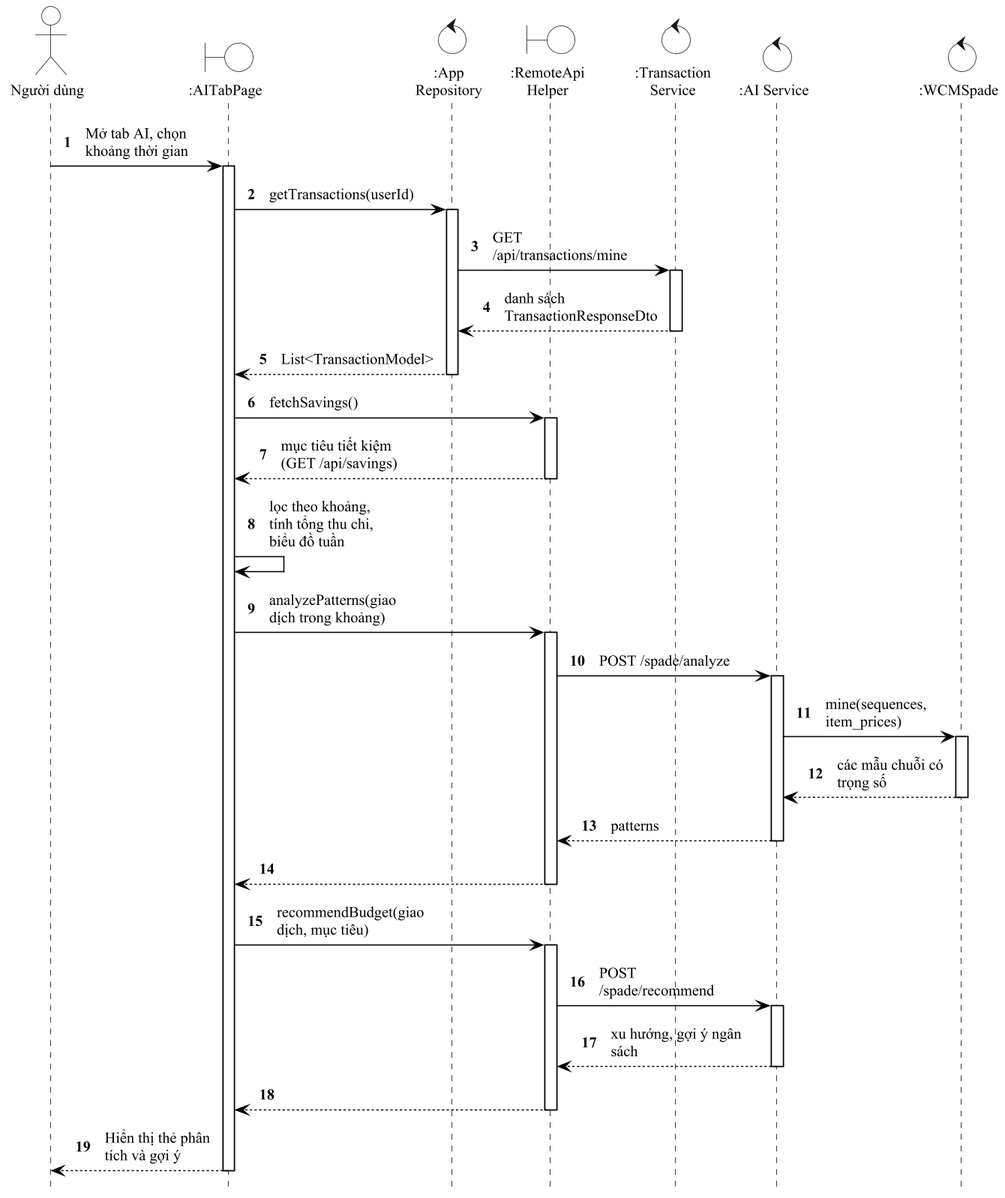
Earlier version of the PlantUML export docs/thesis/diagrams/ch3_thong_ke_tuan_tu.png (TriPhan15/donutpay-monorepo). Its diagram source:
```plantuml
@startuml ch3_thong_ke_tuan_tu
!include _style.iuml
hide footbox
autonumber
skinparam defaultFontSize 13
skinparam BoundaryBackgroundColor white
skinparam ControlBackgroundColor white
skinparam EntityBackgroundColor white
actor "Người dùng" as ND
boundary ":AITabPage" as UI
control ":App\nRepository" as REPO
boundary ":RemoteApi\nHelper" as API
control ":Transaction\nService" as TS
control ":AI Service" as AI
control ":WCMSpade" as WS
ND -> UI ++ : Mở tab AI, chọn\nkhoảng thời gian
UI -> REPO ++ : getTransactions(userId)
REPO -> TS ++ : GET\n/api/transactions/mine
return danh sách\nTransactionResponseDto
return List<TransactionModel>
UI -> API ++ : fetchSavings()
return mục tiêu tiết kiệm\n(GET /api/savings)
UI -> UI : lọc theo khoảng,\ntính tổng thu chi,\nbiểu đồ tuần
UI -> API ++ : analyzePatterns(giao\ndịch trong khoảng)
API -> AI ++ : POST /spade/analyze
AI -> WS ++ : mine(sequences,\nitem_prices)
return các mẫu chuỗi có\ntrọng số
return patterns
return
UI -> API ++ : recommendBudget(giao\ndịch, mục tiêu)
API -> AI ++ : POST\n/spade/recommend
return xu hướng, gợi ý ngân\nsách
return
UI --> ND -- : Hiển thị thẻ phân\ntích và gợi ý
@enduml
```
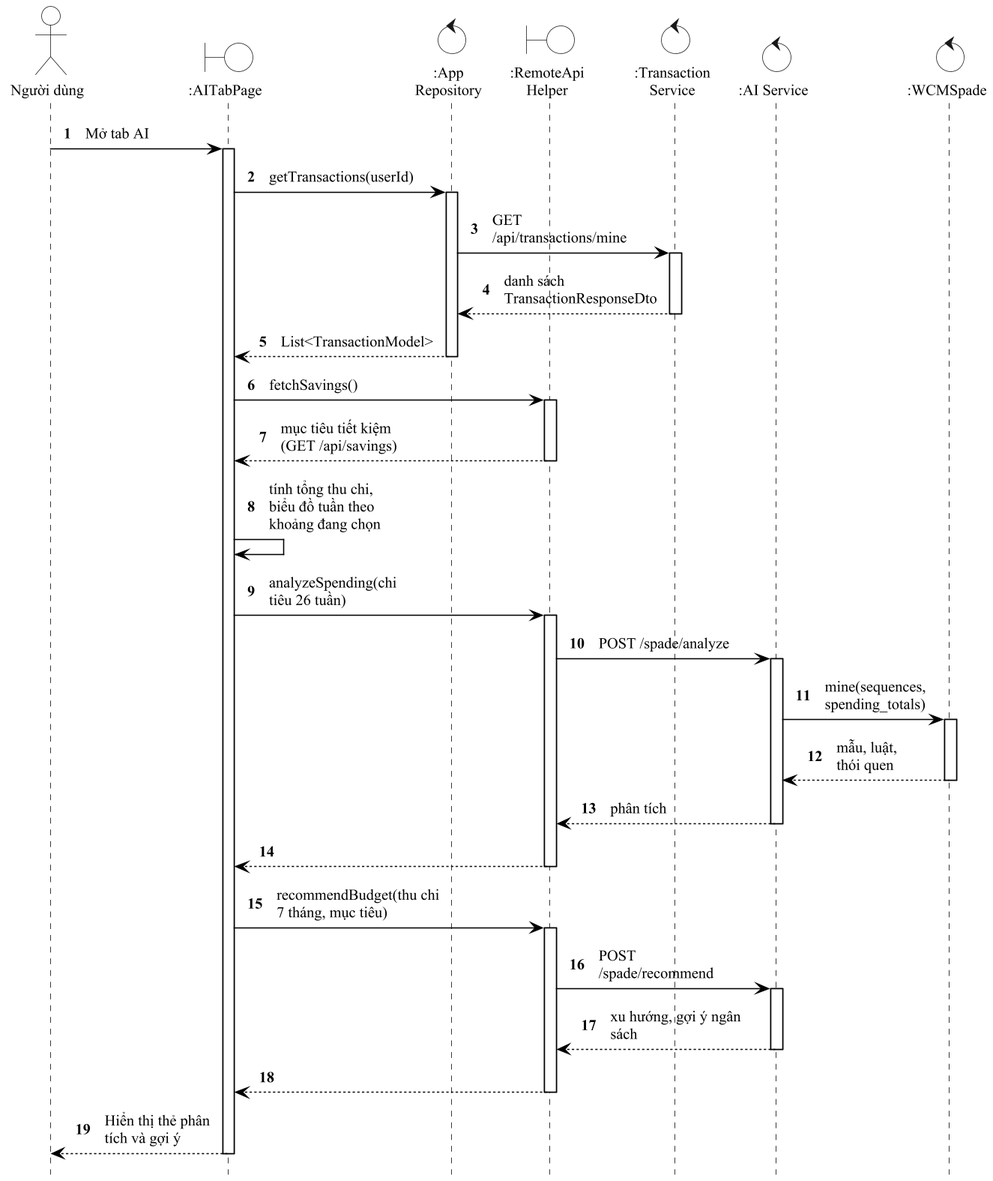
The same diagram one commit later.

Diff of the diagram source:
```diff
@@ -13,21 +13,21 @@
 control ":Transaction\nService" as TS
 control ":AI Service" as AI
 control ":WCMSpade" as WS
-ND -> UI ++ : Mở tab AI, chọn\nkhoảng thời gian
+ND -> UI ++ : Mở tab AI
 UI -> REPO ++ : getTransactions(userId)
 REPO -> TS ++ : GET\n/api/transactions/mine
 return danh sách\nTransactionResponseDto
 return List<TransactionModel>
 UI -> API ++ : fetchSavings()
 return mục tiêu tiết kiệm\n(GET /api/savings)
-UI -> UI : lọc theo khoảng,\ntính tổng thu chi,\nbiểu đồ tuần
-UI -> API ++ : analyzePatterns(giao\ndịch trong khoảng)
+UI -> UI : tính tổng thu chi,\nbiểu đồ tuần theo\nkhoảng đang chọn
+UI -> API ++ : analyzeSpending(chi\ntiêu 26 tuần)
 API -> AI ++ : POST /spade/analyze
-AI -> WS ++ : mine(sequences,\nitem_prices)
-return các mẫu chuỗi có\ntrọng số
-return patterns
+AI -> WS ++ : mine(sequences,\nspending_totals)
+return mẫu, luật,\nthói quen
+return phân tích
 return
-UI -> API ++ : recommendBudget(giao\ndịch, mục tiêu)
+UI -> API ++ : recommendBudget(thu chi\n7 tháng, mục tiêu)
 API -> AI ++ : POST\n/spade/recommend
 return xu hướng, gợi ý ngân\nsách
 return
```
